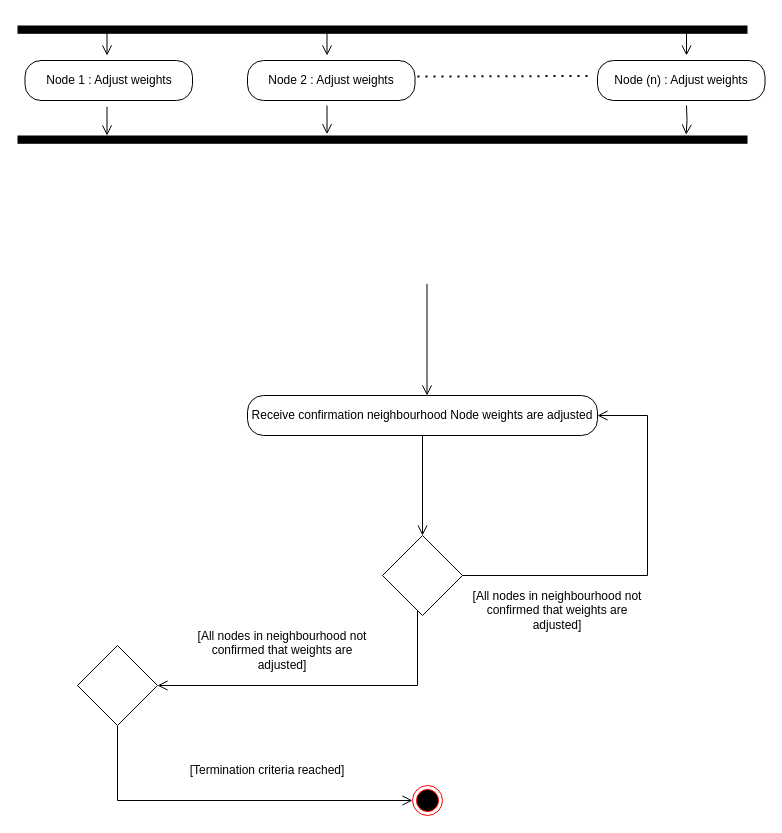
Earlier version of the draw.io diagram ActivityDiagram2.drawio (vanelopethecoder/som-basic). Source tidied: cells renumbered, new cells numbered last; positions are measured from the earlier drawing's top-left corner, leaving out a move shared by most shapes. Both pictures are drawn from the tidied source at 100%, with x=0, y=0 at pixel (17, 25).
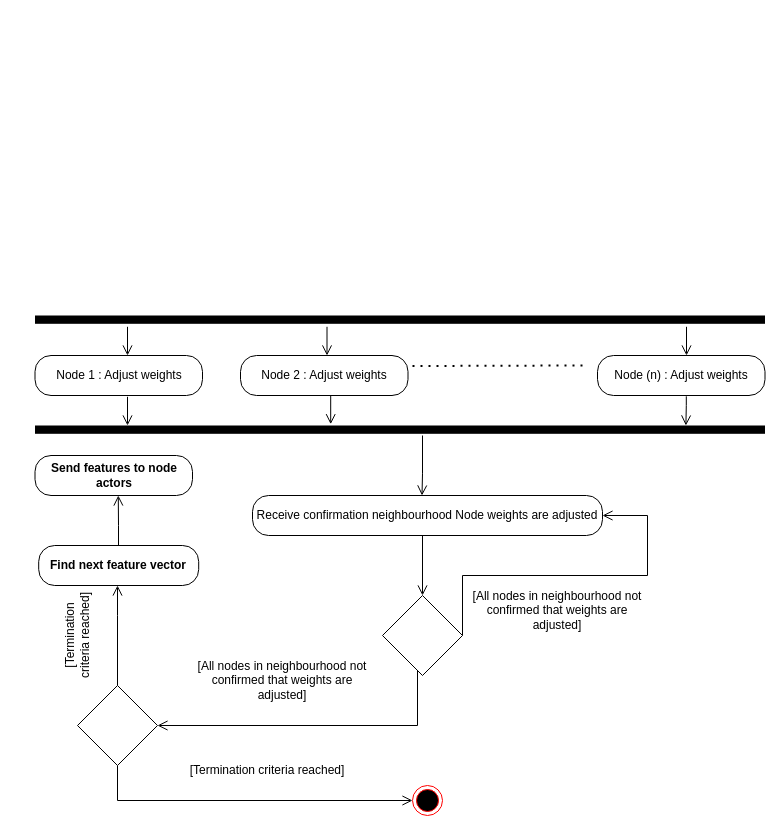
Above is the later version.

Diff of the diagram source:
```diff
@@
     <mxCell id="2" style="edgeStyle=orthogonalEdgeStyle;html=1;verticalAlign=bottom;endArrow=open;endSize=8;strokeColor=#000000;rounded=0;" parent="1" edge="1">
       <mxGeometry relative="1" as="geometry">
-        <mxPoint x="89" y="1.3" as="sourcePoint" />
-        <mxPoint x="89.5" y="30" as="targetPoint" />
+        <mxPoint x="109.5" y="301.3" as="sourcePoint" />
+        <mxPoint x="110" y="330" as="targetPoint" />
         <Array as="points">
-          <mxPoint x="89" y="29.7" />
-          <mxPoint x="89" y="29.7" />
+          <mxPoint x="109.5" y="329.7" />
+          <mxPoint x="109.5" y="329.7" />
         </Array>
       </mxGeometry>
     </mxCell>
     <mxCell id="3" style="endArrow=none;dashed=1;html=1;dashPattern=1 3;strokeWidth=2;rounded=0;" parent="1" edge="1">
       <mxGeometry relative="1" as="geometry">
-        <mxPoint x="400" y="51" as="sourcePoint" />
-        <mxPoint x="570" y="50.5" as="targetPoint" />
+        <mxPoint x="395" y="340.5" as="sourcePoint" />
+        <mxPoint x="565" y="340" as="targetPoint" />
       </mxGeometry>
     </mxCell>
     <mxCell id="4" style="edgeStyle=orthogonalEdgeStyle;html=1;verticalAlign=bottom;endArrow=open;endSize=8;strokeColor=#000000;rounded=0;" parent="1" edge="1">
       <mxGeometry relative="1" as="geometry">
-        <mxPoint x="409.5" y="258.3" as="sourcePoint" />
-        <mxPoint x="409.5" y="370" as="targetPoint" />
+        <mxPoint x="405" y="410" as="sourcePoint" />
+        <mxPoint x="404.5" y="470" as="targetPoint" />
         <Array as="points">
-          <mxPoint x="409.5" y="348.3" />
-          <mxPoint x="409.5" y="348.3" />
+          <mxPoint x="404.5" y="448.3" />
+          <mxPoint x="404.5" y="448.3" />
         </Array>
       </mxGeometry>
     </mxCell>
     <mxCell id="5" value="Receive confirmation neighbourhood Node weights are adjusted" style="rounded=1;whiteSpace=wrap;html=1;arcSize=40;fontColor=#000000;fillColor=#FFFFFF;strokeColor=#000000;" parent="1" vertex="1">
-      <mxGeometry x="230" y="370" width="350" height="40" as="geometry" />
+      <mxGeometry x="235" y="470" width="350" height="40" as="geometry" />
     </mxCell>
-    <mxCell id="6" style="edgeStyle=orthogonalEdgeStyle;html=1;verticalAlign=bottom;endArrow=open;endSize=8;strokeColor=#000000;rounded=0;exitX=0.5;exitY=1;exitDx=0;exitDy=0;entryX=0.5;entryY=0;entryDx=0;entryDy=0;" parent="1" edge="1" source="5" target="25">
-      <mxGeometry relative="1" as="geometry" />
+    <mxCell id="6" style="edgeStyle=orthogonalEdgeStyle;html=1;verticalAlign=bottom;endArrow=open;endSize=8;strokeColor=#000000;rounded=0;entryX=0.5;entryY=0;entryDx=0;entryDy=0;" parent="1" edge="1" target="25">
+      <mxGeometry relative="1" as="geometry">
+        <mxPoint x="405" y="510" as="sourcePoint" />
+        <Array as="points">
+          <mxPoint x="405" y="510" />
+        </Array>
+      </mxGeometry>
     </mxCell>
     <mxCell id="7" style="edgeStyle=orthogonalEdgeStyle;html=1;verticalAlign=bottom;endArrow=open;endSize=8;strokeColor=#000000;rounded=0;entryX=1;entryY=0.5;entryDx=0;entryDy=0;startArrow=none;" parent="1" edge="1" source="25" target="24">
       <mxGeometry relative="1" as="geometry">
         <Array as="points">
-          <mxPoint x="400" y="660" />
+          <mxPoint x="400" y="700" />
         </Array>
       </mxGeometry>
     </mxCell>
     <mxCell id="8" style="edgeStyle=orthogonalEdgeStyle;html=1;verticalAlign=bottom;endArrow=open;endSize=8;strokeColor=#000000;rounded=0;exitX=1;exitY=0.5;exitDx=0;exitDy=0;entryX=1;entryY=0.5;entryDx=0;entryDy=0;" parent="1" edge="1" source="25" target="5">
       <mxGeometry relative="1" as="geometry">
         <Array as="points">
+          <mxPoint x="445" y="550" />
           <mxPoint x="630" y="550" />
-          <mxPoint x="630" y="390" />
+          <mxPoint x="630" y="490" />
         </Array>
       </mxGeometry>
     </mxCell>
@@
     <mxCell id="11" style="edgeStyle=orthogonalEdgeStyle;html=1;verticalAlign=bottom;endArrow=open;endSize=8;strokeColor=#000000;rounded=0;" parent="1" edge="1">
       <mxGeometry relative="1" as="geometry">
-        <mxPoint x="89.5" y="81.3" as="sourcePoint" />
-        <mxPoint x="89.5" y="110" as="targetPoint" />
+        <mxPoint x="110" y="371.3" as="sourcePoint" />
+        <mxPoint x="110" y="400" as="targetPoint" />
         <Array as="points">
-          <mxPoint x="90" y="81.7" />
-          <mxPoint x="90" y="81.7" />
+          <mxPoint x="110.5" y="371.7" />
+          <mxPoint x="110.5" y="371.7" />
         </Array>
       </mxGeometry>
     </mxCell>
     <mxCell id="12" style="edgeStyle=orthogonalEdgeStyle;html=1;verticalAlign=bottom;endArrow=open;endSize=8;strokeColor=#000000;rounded=0;" parent="1" edge="1">
       <mxGeometry relative="1" as="geometry">
-        <mxPoint x="309.5" y="1.3" as="sourcePoint" />
-        <mxPoint x="309.5" y="30" as="targetPoint" />
+        <mxPoint x="309.5" y="301.3" as="sourcePoint" />
+        <mxPoint x="309.5" y="330" as="targetPoint" />
         <Array as="points">
-          <mxPoint x="309" y="29.7" />
-          <mxPoint x="309" y="29.7" />
+          <mxPoint x="309" y="329.7" />
+          <mxPoint x="309" y="329.7" />
         </Array>
       </mxGeometry>
     </mxCell>
     <mxCell id="13" style="edgeStyle=orthogonalEdgeStyle;html=1;verticalAlign=bottom;endArrow=open;endSize=8;strokeColor=#000000;rounded=0;" parent="1" edge="1">
       <mxGeometry relative="1" as="geometry">
-        <mxPoint x="309.5" y="80" as="sourcePoint" />
-        <mxPoint x="309.5" y="108.7" as="targetPoint" />
+        <mxPoint x="313.2" y="370" as="sourcePoint" />
+        <mxPoint x="313.2" y="398.7" as="targetPoint" />
         <Array as="points">
-          <mxPoint x="309" y="108.3" />
-          <mxPoint x="309" y="108.3" />
+          <mxPoint x="312.8" y="398.3" />
+          <mxPoint x="312.8" y="398.3" />
         </Array>
       </mxGeometry>
     </mxCell>
     <mxCell id="14" style="edgeStyle=orthogonalEdgeStyle;html=1;verticalAlign=bottom;endArrow=open;endSize=8;strokeColor=#000000;rounded=0;" parent="1" edge="1">
       <mxGeometry relative="1" as="geometry">
-        <mxPoint x="669" y="1.3" as="sourcePoint" />
-        <mxPoint x="669" y="30" as="targetPoint" />
+        <mxPoint x="669" y="301.3" as="sourcePoint" />
+        <mxPoint x="669" y="330" as="targetPoint" />
         <Array as="points">
-          <mxPoint x="668.5" y="29.7" />
-          <mxPoint x="668.5" y="29.7" />
+          <mxPoint x="668.5" y="329.7" />
+          <mxPoint x="668.5" y="329.7" />
         </Array>
       </mxGeometry>
     </mxCell>
     <mxCell id="15" style="edgeStyle=orthogonalEdgeStyle;html=1;verticalAlign=bottom;endArrow=open;endSize=8;strokeColor=#000000;rounded=0;entryX=1.096;entryY=0.916;entryDx=0;entryDy=0;entryPerimeter=0;" parent="1" edge="1">
       <mxGeometry relative="1" as="geometry">
-        <mxPoint x="669" y="80" as="sourcePoint" />
-        <mxPoint x="668.7" y="109.2" as="targetPoint" />
+        <mxPoint x="668.8" y="370.8" as="sourcePoint" />
+        <mxPoint x="668.4" y="400" as="targetPoint" />
+        <Array as="points">
+          <mxPoint x="668" y="380" />
+          <mxPoint x="668" y="380" />
+        </Array>
       </mxGeometry>
     </mxCell>
@@
     <mxCell id="17" value="[All nodes in neighbourhood not confirmed that weights are adjusted]" style="text;html=1;strokeColor=none;fillColor=none;align=center;verticalAlign=middle;whiteSpace=wrap;rounded=0;labelBackgroundColor=#FFFFFF;" parent="1" vertex="1">
-      <mxGeometry x="175" y="610" width="180" height="30" as="geometry" />
+      <mxGeometry x="175" y="640" width="180" height="30" as="geometry" />
     </mxCell>
@@
     <mxCell id="19" value="&lt;span style=&quot;text-align: left&quot;&gt;Node 1 : Adjust weights&lt;/span&gt;" style="rounded=1;whiteSpace=wrap;html=1;arcSize=40;fontColor=#000000;fillColor=#FFFFFF;strokeColor=#000000;" parent="1" vertex="1">
-      <mxGeometry x="7.5" y="35" width="167.5" height="40" as="geometry" />
+      <mxGeometry x="17.5" y="330" width="167.5" height="40" as="geometry" />
     </mxCell>
     <mxCell id="20" value="&lt;span style=&quot;text-align: left&quot;&gt;Node 2 : Adjust weights&lt;/span&gt;" style="rounded=1;whiteSpace=wrap;html=1;arcSize=40;fontColor=#000000;fillColor=#FFFFFF;strokeColor=#000000;" parent="1" vertex="1">
-      <mxGeometry x="230" y="35" width="167.5" height="40" as="geometry" />
+      <mxGeometry x="223" y="330" width="167.5" height="40" as="geometry" />
     </mxCell>
     <mxCell id="21" style="html=1;perimeter=orthogonalPerimeter;fillColor=#000000;strokeColor=none;direction=north;" parent="1" vertex="1">
-      <mxGeometry width="730" height="8.3" as="geometry" />
+      <mxGeometry x="17.5" y="290" width="730" height="8.3" as="geometry" />
     </mxCell>
     <mxCell id="22" style="html=1;perimeter=orthogonalPerimeter;fillColor=#000000;strokeColor=none;direction=north;" parent="1" vertex="1">
-      <mxGeometry y="110" width="730" height="8.3" as="geometry" />
+      <mxGeometry x="17.5" y="400" width="730" height="8.3" as="geometry" />
     </mxCell>
     <mxCell id="23" value="&lt;span style=&quot;text-align: left&quot;&gt;Node (n) : Adjust weights&lt;/span&gt;" style="rounded=1;whiteSpace=wrap;html=1;arcSize=40;fontColor=#000000;fillColor=#FFFFFF;strokeColor=#000000;" parent="1" vertex="1">
-      <mxGeometry x="580" y="35" width="167.5" height="40" as="geometry" />
+      <mxGeometry x="580" y="330" width="167.5" height="40" as="geometry" />
     </mxCell>
     <mxCell id="24" style="rhombus;whiteSpace=wrap;html=1;" parent="1" vertex="1">
-      <mxGeometry x="60" y="620" width="80" height="80" as="geometry" />
+      <mxGeometry x="60" y="660" width="80" height="80" as="geometry" />
     </mxCell>
     <mxCell id="25" style="rhombus;whiteSpace=wrap;html=1;" parent="1" vertex="1">
-      <mxGeometry x="365" y="510" width="80" height="80" as="geometry" />
+      <mxGeometry x="365" y="570" width="80" height="80" as="geometry" />
     </mxCell>
+    <mxCell id="26" style="edgeStyle=orthogonalEdgeStyle;html=1;verticalAlign=bottom;endArrow=open;endSize=8;strokeColor=#000000;rounded=0;exitX=0.5;exitY=0;exitDx=0;exitDy=0;" parent="1" edge="1" source="24">
+      <mxGeometry relative="1" as="geometry">
+        <mxPoint x="100" y="560" as="targetPoint" />
+        <Array as="points">
+          <mxPoint x="100" y="590" />
+          <mxPoint x="100" y="590" />
+        </Array>
+      </mxGeometry>
+    </mxCell>
+    <mxCell id="27" value="[Termination criteria reached]" style="text;html=1;strokeColor=none;fillColor=none;align=center;verticalAlign=middle;whiteSpace=wrap;rounded=0;labelBackgroundColor=#FFFFFF;rotation=270;" parent="1" vertex="1">
+      <mxGeometry x="10" y="595" width="100" height="30" as="geometry" />
+    </mxCell>
+    <mxCell id="28" value="&lt;b&gt;Find next feature vector&lt;/b&gt;" style="rounded=1;whiteSpace=wrap;html=1;arcSize=40;fontColor=#000000;fillColor=#FFFFFF;strokeColor=#000000;" parent="1" vertex="1">
+      <mxGeometry x="21.2" y="520" width="160" height="40" as="geometry" />
+    </mxCell>
+    <mxCell id="29" value="&lt;b&gt;Send features to node actors&lt;/b&gt;" style="rounded=1;whiteSpace=wrap;html=1;arcSize=40;fontColor=#000000;fillColor=#FFFFFF;strokeColor=#000000;" parent="1" vertex="1">
+      <mxGeometry x="17.5" y="430" width="157.5" height="40" as="geometry" />
+    </mxCell>
+    <mxCell id="30" style="edgeStyle=orthogonalEdgeStyle;html=1;verticalAlign=bottom;endArrow=open;endSize=8;strokeColor=#000000;rounded=0;" parent="1" edge="1">
+      <mxGeometry relative="1" as="geometry">
+        <mxPoint x="101" y="520" as="sourcePoint" />
+        <mxPoint x="100.8" y="470" as="targetPoint" />
+        <Array as="points">
+          <mxPoint x="100.8" y="500" />
+          <mxPoint x="100.8" y="500" />
+        </Array>
+      </mxGeometry>
+    </mxCell>
```
